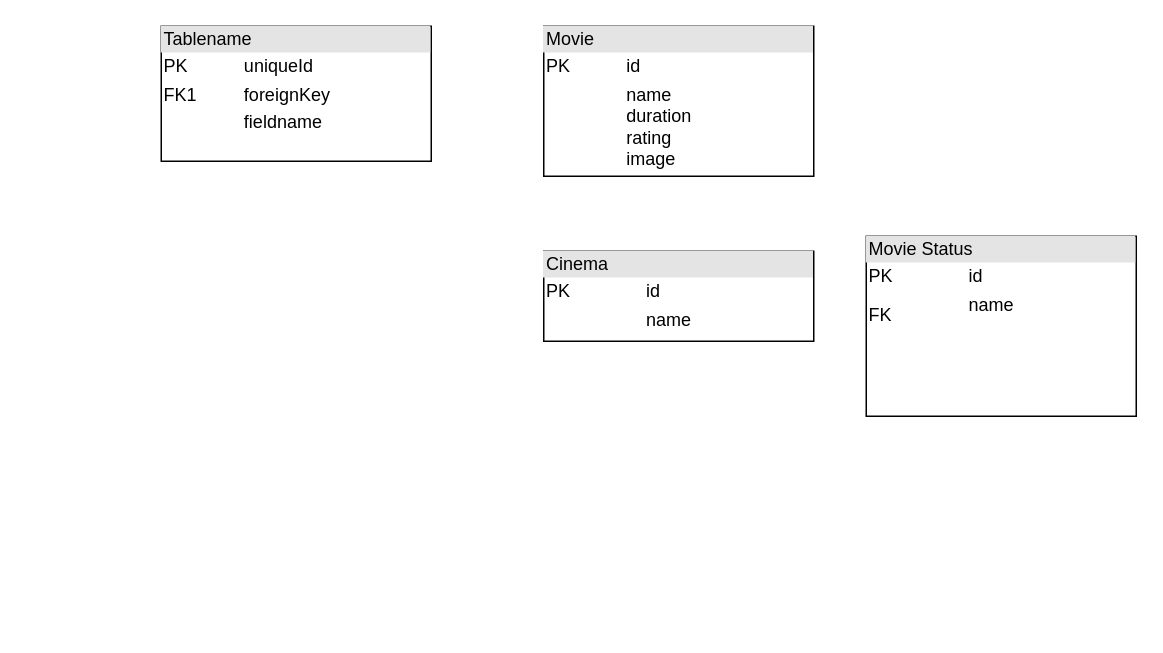
Above: graph/schema.drawio in harrison-yck/data-engineering (draw.io), before the change. Source tidied: cells renumbered, new cells numbered last; positions are measured from the earlier drawing's top-left corner, leaving out a move shared by most shapes. Both pictures are drawn from the tidied source at 150%, with x=0, y=0 at pixel (160, 26).
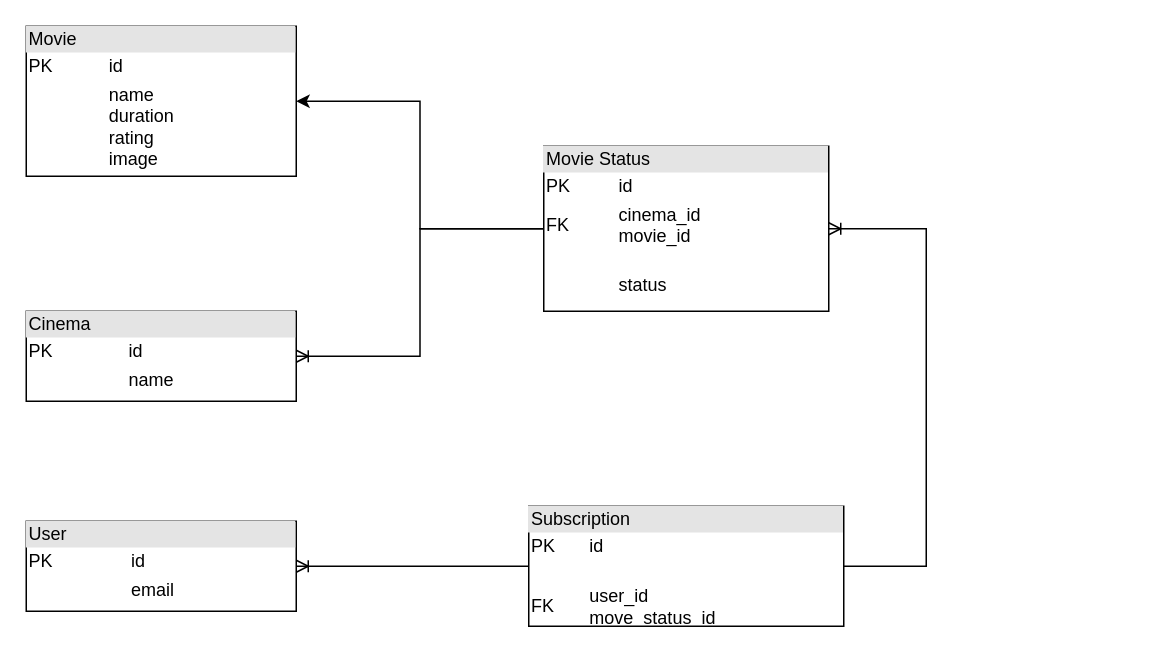
The same page after the edit.

What changed in the source:
```diff
@@
 <mxGraphModel>
   <root>
     <mxCell id="0" />
     <mxCell id="1" parent="0" />
+    <mxCell id="5" style="edgeStyle=orthogonalEdgeStyle;rounded=0;jettySize=auto;html=1;entryX=1;entryY=0.5;entryDx=0;entryDy=0;" parent="1" edge="1" source="2" target="3">
+      <mxGeometry relative="1" as="geometry" />
+    </mxCell>
+    <mxCell id="6" style="edgeStyle=orthogonalEdgeStyle;rounded=0;jettySize=auto;html=1;endArrow=ERoneToMany;endFill=0;" parent="1" edge="1" source="2" target="4">
+      <mxGeometry relative="1" as="geometry" />
+    </mxCell>
-    <mxCell id="2" value="&lt;div style=&quot;box-sizing:border-box;width:100%;background:#e4e4e4;padding:2px;&quot;&gt;Tablename&lt;/div&gt;&lt;table style=&quot;width:100%;font-size:1em;&quot; cellpadding=&quot;2&quot; cellspacing=&quot;0&quot;&gt;&lt;tr&gt;&lt;td&gt;PK&lt;/td&gt;&lt;td&gt;uniqueId&lt;/td&gt;&lt;/tr&gt;&lt;tr&gt;&lt;td&gt;FK1&lt;/td&gt;&lt;td&gt;foreignKey&lt;/td&gt;&lt;/tr&gt;&lt;tr&gt;&lt;td&gt;&lt;/td&gt;&lt;td&gt;fieldname&lt;/td&gt;&lt;/tr&gt;&lt;/table&gt;" style="verticalAlign=top;align=left;overflow=fill;html=1;" parent="1" vertex="1">
-      <mxGeometry width="180" height="90" as="geometry" />
+    <mxCell id="2" value="&lt;div style=&quot;box-sizing:border-box;width:100%;background:#e4e4e4;padding:2px;&quot;&gt;Movie Status&lt;/div&gt;&lt;table style=&quot;width:100%;font-size:1em;&quot; cellpadding=&quot;2&quot; cellspacing=&quot;0&quot;&gt;&lt;tbody&gt;&lt;tr&gt;&lt;td&gt;PK&lt;/td&gt;&lt;td&gt;id&lt;/td&gt;&lt;/tr&gt;&lt;tr&gt;&lt;td&gt;FK&lt;br&gt;&lt;/td&gt;&lt;td&gt;cinema_id&lt;br&gt;movie_id&lt;br&gt;&lt;/td&gt;&lt;/tr&gt;&lt;tr&gt;&lt;td&gt;&lt;/td&gt;&lt;td&gt;&lt;br&gt;status&lt;br&gt;&lt;/td&gt;&lt;/tr&gt;&lt;/tbody&gt;&lt;/table&gt;" style="verticalAlign=top;align=left;overflow=fill;html=1;" parent="1" vertex="1">
+      <mxGeometry x="255" y="80" width="190" height="110" as="geometry" />
     </mxCell>
     <mxCell id="3" value="&lt;div style=&quot;box-sizing:border-box;width:100%;background:#e4e4e4;padding:2px;&quot;&gt;Movie&lt;/div&gt;&lt;table style=&quot;width:100%;font-size:1em;&quot; cellpadding=&quot;2&quot; cellspacing=&quot;0&quot;&gt;&lt;tbody&gt;&lt;tr&gt;&lt;td&gt;PK&lt;/td&gt;&lt;td&gt;id&lt;/td&gt;&lt;/tr&gt;&lt;tr&gt;&lt;td&gt;&lt;br&gt;&lt;/td&gt;&lt;td&gt;name&lt;br&gt;duration&lt;br&gt;rating&lt;br&gt;image&lt;/td&gt;&lt;/tr&gt;&lt;tr&gt;&lt;td&gt;&lt;/td&gt;&lt;td&gt;&lt;br&gt;&lt;/td&gt;&lt;/tr&gt;&lt;/tbody&gt;&lt;/table&gt;" style="verticalAlign=top;align=left;overflow=fill;html=1;" parent="1" vertex="1">
-      <mxGeometry x="255" width="180" height="100" as="geometry" />
+      <mxGeometry x="-90" width="180" height="100" as="geometry" />
     </mxCell>
     <mxCell id="4" value="&lt;div style=&quot;box-sizing:border-box;width:100%;background:#e4e4e4;padding:2px;&quot;&gt;Cinema&lt;/div&gt;&lt;table style=&quot;width:100%;font-size:1em;&quot; cellpadding=&quot;2&quot; cellspacing=&quot;0&quot;&gt;&lt;tbody&gt;&lt;tr&gt;&lt;td&gt;PK&lt;/td&gt;&lt;td&gt;id&lt;/td&gt;&lt;/tr&gt;&lt;tr&gt;&lt;td&gt;&lt;br&gt;&lt;/td&gt;&lt;td&gt;name&lt;br&gt;&lt;br&gt;&lt;/td&gt;&lt;/tr&gt;&lt;tr&gt;&lt;td&gt;&lt;/td&gt;&lt;td&gt;&lt;br&gt;&lt;/td&gt;&lt;/tr&gt;&lt;/tbody&gt;&lt;/table&gt;" style="verticalAlign=top;align=left;overflow=fill;html=1;" parent="1" vertex="1">
-      <mxGeometry x="255" y="150" width="180" height="60" as="geometry" />
+      <mxGeometry x="-90" y="190" width="180" height="60" as="geometry" />
     </mxCell>
-    <mxCell id="5" value="&lt;div style=&quot;box-sizing:border-box;width:100%;background:#e4e4e4;padding:2px;&quot;&gt;Movie Status&lt;/div&gt;&lt;table style=&quot;width:100%;font-size:1em;&quot; cellpadding=&quot;2&quot; cellspacing=&quot;0&quot;&gt;&lt;tbody&gt;&lt;tr&gt;&lt;td&gt;PK&lt;/td&gt;&lt;td&gt;id&lt;/td&gt;&lt;/tr&gt;&lt;tr&gt;&lt;td&gt;FK&lt;/td&gt;&lt;td&gt;name&lt;br&gt;&lt;br&gt;&lt;/td&gt;&lt;/tr&gt;&lt;tr&gt;&lt;td&gt;&lt;/td&gt;&lt;td&gt;&lt;br&gt;&lt;/td&gt;&lt;/tr&gt;&lt;/tbody&gt;&lt;/table&gt;" style="verticalAlign=top;align=left;overflow=fill;html=1;" parent="1" vertex="1">
-      <mxGeometry x="470" y="140" width="180" height="120" as="geometry" />
-    </mxCell>
+    <mxCell id="7" value="&lt;div style=&quot;box-sizing:border-box;width:100%;background:#e4e4e4;padding:2px;&quot;&gt;User&lt;/div&gt;&lt;table style=&quot;width:100%;font-size:1em;&quot; cellpadding=&quot;2&quot; cellspacing=&quot;0&quot;&gt;&lt;tbody&gt;&lt;tr&gt;&lt;td&gt;PK&lt;/td&gt;&lt;td&gt;id&lt;/td&gt;&lt;/tr&gt;&lt;tr&gt;&lt;td&gt;&lt;br&gt;&lt;/td&gt;&lt;td&gt;email&lt;br&gt;&lt;br&gt;&lt;/td&gt;&lt;/tr&gt;&lt;tr&gt;&lt;td&gt;&lt;/td&gt;&lt;td&gt;&lt;br&gt;&lt;/td&gt;&lt;/tr&gt;&lt;/tbody&gt;&lt;/table&gt;" style="verticalAlign=top;align=left;overflow=fill;html=1;" parent="1" vertex="1">
+      <mxGeometry x="-90" y="330" width="180" height="60" as="geometry" />
+    </mxCell>
+    <mxCell id="8" style="edgeStyle=orthogonalEdgeStyle;rounded=0;jettySize=auto;html=1;endArrow=ERoneToMany;endFill=0;" parent="1" edge="1" source="10" target="7">
+      <mxGeometry relative="1" as="geometry" />
+    </mxCell>
+    <mxCell id="9" style="edgeStyle=orthogonalEdgeStyle;rounded=0;jettySize=auto;html=1;entryX=1;entryY=0.5;entryDx=0;entryDy=0;endArrow=ERoneToMany;endFill=0;" parent="1" edge="1" source="10" target="2">
+      <mxGeometry relative="1" as="geometry">
+        <Array as="points">
+          <mxPoint x="510" y="360" />
+          <mxPoint x="510" y="135" />
+        </Array>
+      </mxGeometry>
+    </mxCell>
+    <mxCell id="10" value="&lt;div style=&quot;box-sizing:border-box;width:100%;background:#e4e4e4;padding:2px;&quot;&gt;Subscription&lt;/div&gt;&lt;table style=&quot;width:100%;font-size:1em;&quot; cellpadding=&quot;2&quot; cellspacing=&quot;0&quot;&gt;&lt;tbody&gt;&lt;tr&gt;&lt;td&gt;PK&lt;/td&gt;&lt;td&gt;id&lt;/td&gt;&lt;/tr&gt;&lt;tr&gt;&lt;td&gt;FK&lt;br&gt;&lt;/td&gt;&lt;td&gt;&lt;br&gt;user_id&lt;br&gt;move_status_id&lt;br&gt;&lt;br&gt;&lt;/td&gt;&lt;/tr&gt;&lt;tr&gt;&lt;td&gt;&lt;/td&gt;&lt;td&gt;&lt;br&gt;&lt;/td&gt;&lt;/tr&gt;&lt;/tbody&gt;&lt;/table&gt;" style="verticalAlign=top;align=left;overflow=fill;html=1;" parent="1" vertex="1">
+      <mxGeometry x="245" y="320" width="210" height="80" as="geometry" />
+    </mxCell>
   </root>
 </mxGraphModel>
```
